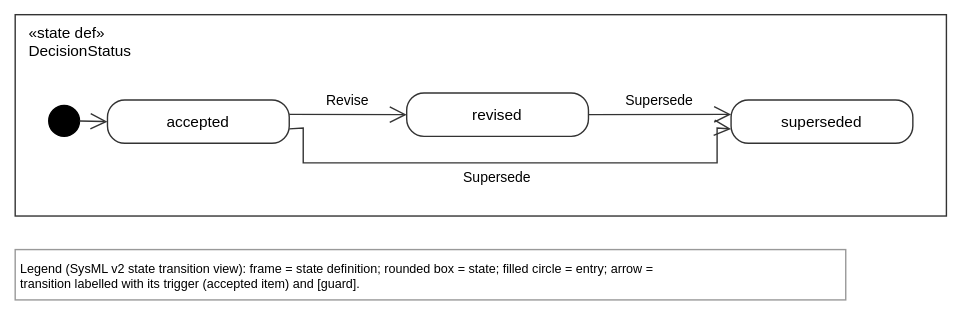
Earlier version of the draw.io export views/decisionStatus.drawio.svg (tiacsys/xdmod). Source tidied: cells renumbered, new cells last; positions are measured from the earlier drawing's top-left corner, leaving out a move shared by most shapes.
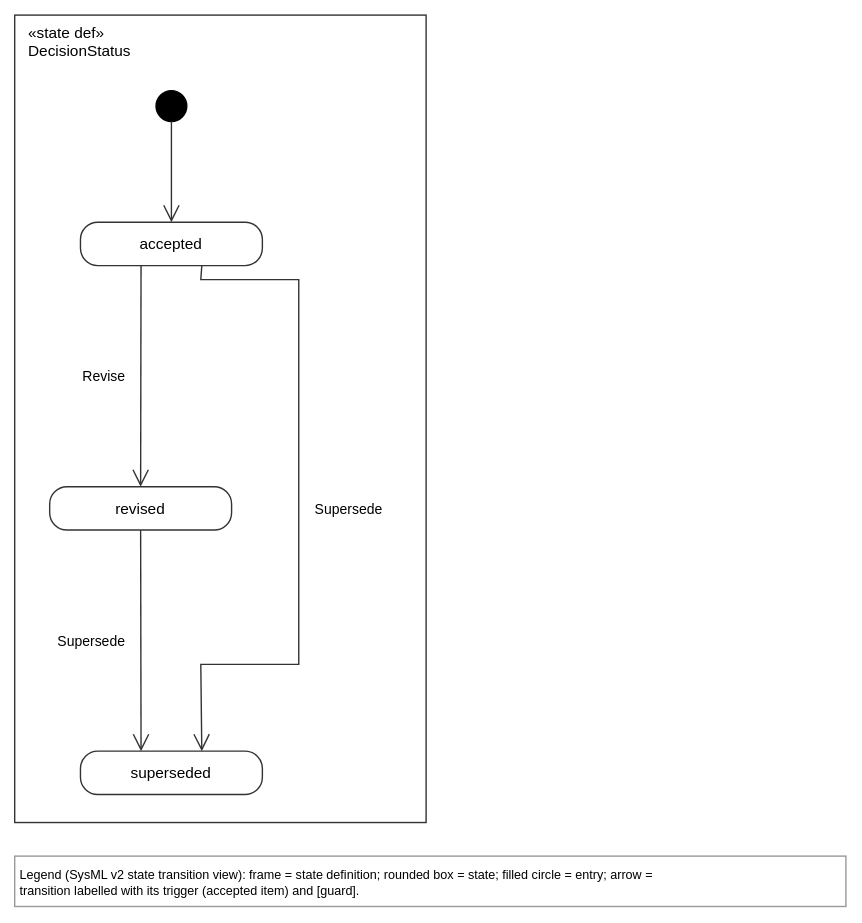
Above is the later version.

Diff of the diagram source:
```diff
@@ -3,45 +3,45 @@
     <mxCell id="0" />
     <mxCell id="1" parent="0" />
     <mxCell id="2" value="«state def»&#10;DecisionStatus" style="html=0;fontFamily=Helvetica;fontSize=11;strokeColor=#333333;rounded=0;verticalAlign=top;align=left;spacingLeft=8;fillColor=none;" parent="1" vertex="1">
-      <mxGeometry width="666" height="144" as="geometry" />
+      <mxGeometry width="294" height="577" as="geometry" />
     </mxCell>
     <mxCell id="3" value="Legend (SysML v2 state transition view): frame = state definition; rounded box = state; filled circle = entry; arrow =&#10;transition labelled with its trigger (accepted item) and [guard]." style="text;html=0;align=left;verticalAlign=top;fontFamily=Helvetica;fontSize=9;fillColor=#FFFFFF;strokeColor=#999999;spacing=4;" parent="1" vertex="1">
-      <mxGeometry y="168" width="594" height="36" as="geometry" />
+      <mxGeometry y="601" width="594" height="36" as="geometry" />
     </mxCell>
     <mxCell id="4" value="accepted" style="html=0;fontFamily=Helvetica;fontSize=11;strokeColor=#333333;rounded=1;arcSize=40;fillColor=#FFFFFF;" parent="2" vertex="1">
-      <mxGeometry x="66" y="61" width="130" height="31" as="geometry" />
+      <mxGeometry x="47" y="148" width="130" height="31" as="geometry" />
     </mxCell>
     <mxCell id="5" style="ellipse;html=0;fillColor=#000000;strokeColor=#000000;noLabel=1;" parent="2" vertex="1">
-      <mxGeometry x="24" y="65" width="22" height="22" as="geometry" />
+      <mxGeometry x="101" y="54" width="22" height="22" as="geometry" />
     </mxCell>
     <mxCell id="6" value="revised" style="html=0;fontFamily=Helvetica;fontSize=11;strokeColor=#333333;rounded=1;arcSize=40;fillColor=#FFFFFF;" parent="2" vertex="1">
-      <mxGeometry x="280" y="56" width="130" height="31" as="geometry" />
+      <mxGeometry x="25" y="337" width="130" height="31" as="geometry" />
     </mxCell>
     <mxCell id="7" value="superseded" style="html=0;fontFamily=Helvetica;fontSize=11;strokeColor=#333333;rounded=1;arcSize=40;fillColor=#FFFFFF;" parent="2" vertex="1">
-      <mxGeometry x="512" y="61" width="130" height="31" as="geometry" />
+      <mxGeometry x="47" y="526" width="130" height="31" as="geometry" />
     </mxCell>
-    <mxCell id="8" value="Revise" style="html=0;rounded=0;endSize=10;startSize=14;fontFamily=Helvetica;fontSize=10;labelBackgroundColor=#FFFFFF;strokeColor=#333333;endArrow=open;exitX=1.000;exitY=0.333;exitDx=0;exitDy=0;exitPerimeter=0;entryX=0.000;entryY=0.500;entryDx=0;entryDy=0;entryPerimeter=0;" parent="1" edge="1" source="4" target="6">
+    <mxCell id="8" value="Revise" style="html=0;rounded=0;endSize=10;startSize=14;fontFamily=Helvetica;fontSize=10;labelBackgroundColor=#FFFFFF;strokeColor=#333333;endArrow=open;exitX=0.333;exitY=1.000;exitDx=0;exitDy=0;exitPerimeter=0;entryX=0.500;entryY=0.000;entryDx=0;entryDy=0;entryPerimeter=0;" parent="1" edge="1" source="4" target="6">
       <mxGeometry relative="1" as="geometry">
-        <mxPoint y="-10" as="offset" />
+        <mxPoint x="-26" as="offset" />
       </mxGeometry>
     </mxCell>
-    <mxCell id="9" value="Supersede" style="html=0;rounded=0;endSize=10;startSize=14;fontFamily=Helvetica;fontSize=10;labelBackgroundColor=#FFFFFF;strokeColor=#333333;endArrow=open;exitX=1.000;exitY=0.667;exitDx=0;exitDy=0;exitPerimeter=0;entryX=0.000;entryY=0.667;entryDx=0;entryDy=0;entryPerimeter=0;" parent="1" edge="1" source="4" target="7">
+    <mxCell id="9" value="Supersede" style="html=0;rounded=0;endSize=10;startSize=14;fontFamily=Helvetica;fontSize=10;labelBackgroundColor=#FFFFFF;strokeColor=#333333;endArrow=open;exitX=0.667;exitY=1.000;exitDx=0;exitDy=0;exitPerimeter=0;entryX=0.667;entryY=0.000;entryDx=0;entryDy=0;entryPerimeter=0;" parent="1" edge="1" source="4" target="7">
       <mxGeometry relative="1" as="geometry">
         <Array as="points">
-          <mxPoint x="206" y="81" />
-          <mxPoint x="206" y="106" />
-          <mxPoint x="502" y="106" />
-          <mxPoint x="502" y="81" />
+          <mxPoint x="133" y="189" />
+          <mxPoint x="203" y="189" />
+          <mxPoint x="203" y="464" />
+          <mxPoint x="133" y="464" />
         </Array>
-        <mxPoint x="-9" y="10" as="offset" />
+        <mxPoint x="36" as="offset" />
       </mxGeometry>
     </mxCell>
-    <mxCell id="10" style="html=0;rounded=0;endSize=10;startSize=14;fontFamily=Helvetica;fontSize=10;labelBackgroundColor=#FFFFFF;strokeColor=#333333;endArrow=open;exitX=1.000;exitY=0.500;exitDx=0;exitDy=0;exitPerimeter=0;entryX=0.000;entryY=0.500;entryDx=0;entryDy=0;entryPerimeter=0;" parent="1" edge="1" source="5" target="4">
+    <mxCell id="10" style="html=0;rounded=0;endSize=10;startSize=14;fontFamily=Helvetica;fontSize=10;labelBackgroundColor=#FFFFFF;strokeColor=#333333;endArrow=open;exitX=0.500;exitY=1.000;exitDx=0;exitDy=0;exitPerimeter=0;entryX=0.500;entryY=0.000;entryDx=0;entryDy=0;entryPerimeter=0;" parent="1" edge="1" source="5" target="4">
       <mxGeometry relative="1" as="geometry" />
     </mxCell>
-    <mxCell id="11" value="Supersede" style="html=0;rounded=0;endSize=10;startSize=14;fontFamily=Helvetica;fontSize=10;labelBackgroundColor=#FFFFFF;strokeColor=#333333;endArrow=open;exitX=1.000;exitY=0.500;exitDx=0;exitDy=0;exitPerimeter=0;entryX=0.000;entryY=0.333;entryDx=0;entryDy=0;entryPerimeter=0;" parent="1" edge="1" source="6" target="7">
+    <mxCell id="11" value="Supersede" style="html=0;rounded=0;endSize=10;startSize=14;fontFamily=Helvetica;fontSize=10;labelBackgroundColor=#FFFFFF;strokeColor=#333333;endArrow=open;exitX=0.500;exitY=1.000;exitDx=0;exitDy=0;exitPerimeter=0;entryX=0.333;entryY=0.000;entryDx=0;entryDy=0;entryPerimeter=0;" parent="1" edge="1" source="6" target="7">
       <mxGeometry relative="1" as="geometry">
-        <mxPoint y="-10" as="offset" />
+        <mxPoint x="-35" as="offset" />
       </mxGeometry>
     </mxCell>
   </root>
```
